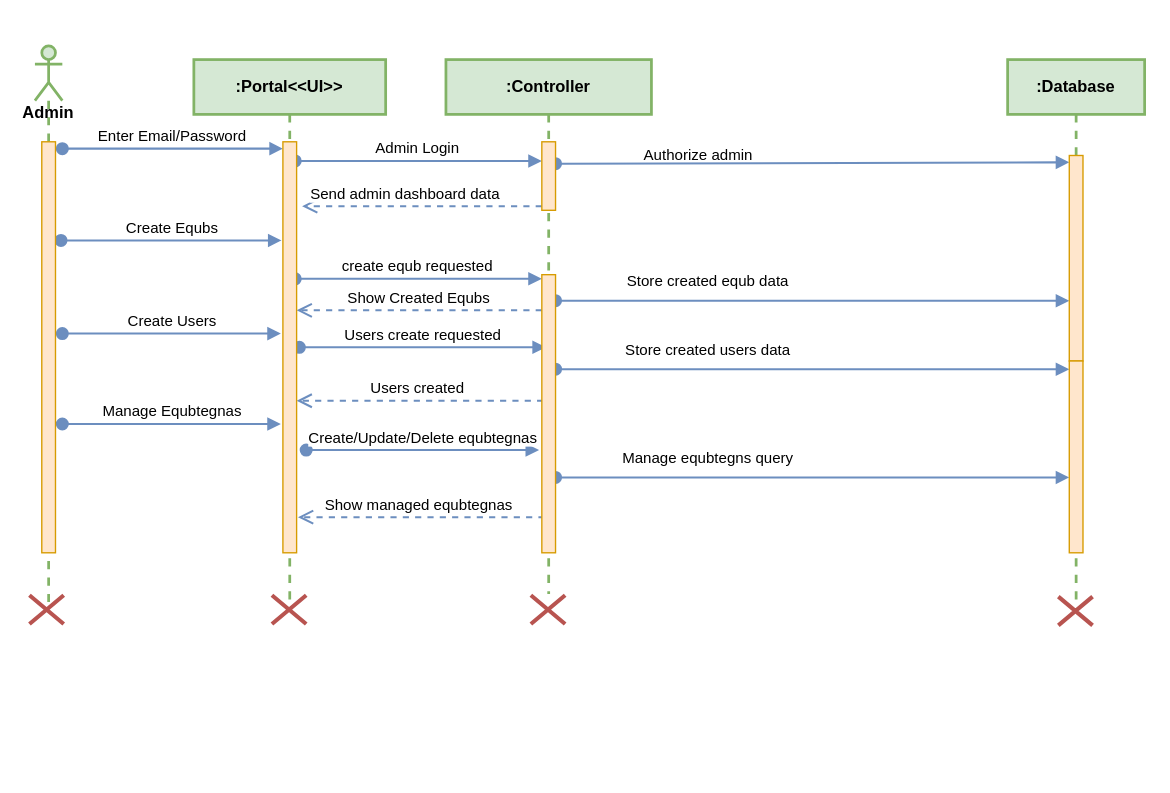
Above: page "Page-5" (5 of 8) of Digital Equb DFD.drawio in fasil712/UML_Diagram_Design (draw.io), before the change. Source tidied: cells renumbered, new cells numbered last; positions are measured from the earlier drawing's top-left corner, leaving out a move shared by most shapes. Both pictures are drawn from the tidied source at 137%, with x=0, y=0 at pixel (29, 45).
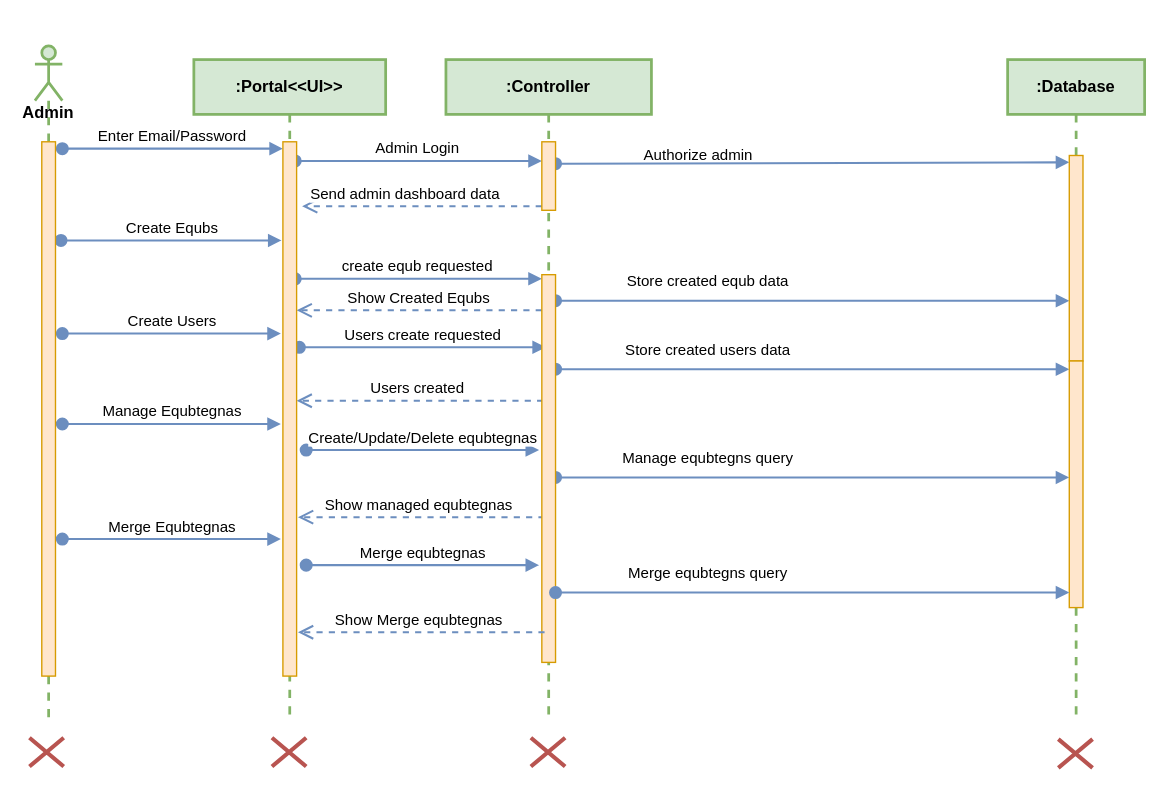
The same page after the edit.

Diff of the diagram source:
```diff
@@
     <mxCell id="20" value="&lt;div&gt;&lt;br&gt;&lt;/div&gt;&lt;div&gt;&lt;br&gt;&lt;/div&gt;&lt;div&gt;&lt;br&gt;&lt;/div&gt;&lt;div&gt;&lt;span style=&quot;background-color: transparent; color: light-dark(rgb(0, 0, 0), rgb(255, 255, 255));&quot;&gt;&lt;br&gt;&lt;/span&gt;&lt;/div&gt;&lt;div&gt;Admin&lt;/div&gt;" style="shape=umlLifeline;perimeter=lifelinePerimeter;whiteSpace=wrap;html=1;newEdgeStyle={&quot;curved&quot;:0,&quot;rounded&quot;:0};participant=umlActor;size=40;fontStyle=1;fillColor=#d5e8d4;strokeColor=#82b366;strokeWidth=2;" parent="1" vertex="1">
-      <mxGeometry x="4" width="20" height="410" as="geometry" />
+      <mxGeometry x="4" width="20" height="490" as="geometry" />
     </mxCell>
     <mxCell id="21" style="html=1;perimeter=orthogonalPerimeter;targetShapes=umlLifeline;newEdgeStyle={&quot;curved&quot;:0,&quot;rounded&quot;:0};fontStyle=0;fillColor=#ffe6cc;strokeColor=#d79b00;" parent="20" vertex="1">
-      <mxGeometry x="5" y="70" width="10" height="300" as="geometry" />
+      <mxGeometry x="5" y="70" width="10" height="390" as="geometry" />
     </mxCell>
     <mxCell id="22" value=":Controller" style="shape=umlLifeline;perimeter=lifelinePerimeter;whiteSpace=wrap;html=1;newEdgeStyle={&quot;curved&quot;:0,&quot;rounded&quot;:0};fontStyle=1;fillColor=#d5e8d4;strokeColor=#82b366;strokeWidth=2;" parent="1" vertex="1">
-      <mxGeometry x="304" y="10" width="150" height="390" as="geometry" />
+      <mxGeometry x="304" y="10" width="150" height="480" as="geometry" />
     </mxCell>
@@
     <mxCell id="24" style="html=1;perimeter=orthogonalPerimeter;targetShapes=umlLifeline;newEdgeStyle={&quot;curved&quot;:0,&quot;rounded&quot;:0};fontStyle=0;fillColor=#ffe6cc;strokeColor=#d79b00;" parent="22" vertex="1">
-      <mxGeometry x="70" y="157" width="10" height="203" as="geometry" />
+      <mxGeometry x="70" y="157" width="10" height="283" as="geometry" />
     </mxCell>
     <mxCell id="25" value=":Database" style="shape=umlLifeline;perimeter=lifelinePerimeter;whiteSpace=wrap;html=1;newEdgeStyle={&quot;curved&quot;:0,&quot;rounded&quot;:0};fontStyle=1;fillColor=#d5e8d4;strokeColor=#82b366;strokeWidth=2;" parent="1" vertex="1">
-      <mxGeometry x="714" y="10" width="100" height="400" as="geometry" />
+      <mxGeometry x="714" y="10" width="100" height="480" as="geometry" />
     </mxCell>
@@
     <mxCell id="27" style="html=1;perimeter=orthogonalPerimeter;targetShapes=umlLifeline;newEdgeStyle={&quot;curved&quot;:0,&quot;rounded&quot;:0};fontStyle=0;fillColor=#ffe6cc;strokeColor=#d79b00;" parent="25" vertex="1">
-      <mxGeometry x="45" y="220" width="10" height="140" as="geometry" />
+      <mxGeometry x="45" y="220" width="10" height="180" as="geometry" />
     </mxCell>
     <mxCell id="28" value=":Portal&amp;lt;&amp;lt;UI&amp;gt;&amp;gt;" style="shape=umlLifeline;perimeter=lifelinePerimeter;whiteSpace=wrap;html=1;newEdgeStyle={&quot;curved&quot;:0,&quot;rounded&quot;:0};fontStyle=1;fillColor=#d5e8d4;strokeColor=#82b366;strokeWidth=2;" parent="1" vertex="1">
-      <mxGeometry x="120" y="10" width="140" height="400" as="geometry" />
+      <mxGeometry x="120" y="10" width="140" height="480" as="geometry" />
     </mxCell>
     <mxCell id="29" style="html=1;perimeter=orthogonalPerimeter;targetShapes=umlLifeline;newEdgeStyle={&quot;curved&quot;:0,&quot;rounded&quot;:0};fontStyle=0;fillColor=#ffe6cc;strokeColor=#d79b00;" parent="28" vertex="1">
-      <mxGeometry x="65" y="60" width="10" height="300" as="geometry" />
+      <mxGeometry x="65" y="60" width="10" height="390" as="geometry" />
     </mxCell>
     <mxCell id="30" style="shape=umlDestroy;whiteSpace=wrap;html=1;strokeWidth=3;targetShapes=umlLifeline;fontStyle=0;fillColor=#f8cecc;strokeColor=#b85450;" parent="1" vertex="1">
-      <mxGeometry y="401" width="25" height="21" as="geometry" />
+      <mxGeometry y="505" width="25" height="21" as="geometry" />
     </mxCell>
     <mxCell id="31" style="shape=umlDestroy;whiteSpace=wrap;html=1;strokeWidth=3;targetShapes=umlLifeline;fontStyle=0;fillColor=#f8cecc;strokeColor=#b85450;" parent="1" vertex="1">
-      <mxGeometry x="177" y="401" width="25" height="21" as="geometry" />
+      <mxGeometry x="177" y="505" width="25" height="21" as="geometry" />
     </mxCell>
     <mxCell id="32" style="shape=umlDestroy;whiteSpace=wrap;html=1;strokeWidth=3;targetShapes=umlLifeline;fontStyle=0;fillColor=#f8cecc;strokeColor=#b85450;" parent="1" vertex="1">
-      <mxGeometry x="751" y="402" width="25" height="21" as="geometry" />
+      <mxGeometry x="751" y="506" width="25" height="21" as="geometry" />
     </mxCell>
     <mxCell id="33" style="shape=umlDestroy;whiteSpace=wrap;html=1;strokeWidth=3;targetShapes=umlLifeline;fontStyle=0;fillColor=#f8cecc;strokeColor=#b85450;" parent="1" vertex="1">
-      <mxGeometry x="366" y="401" width="25" height="21" as="geometry" />
+      <mxGeometry x="366" y="505" width="25" height="21" as="geometry" />
     </mxCell>
+    <mxCell id="34" value="Show Merge equbtegnas" style="html=1;verticalAlign=bottom;endArrow=open;dashed=1;endSize=8;curved=0;rounded=0;fontStyle=0;fillColor=#dae8fc;strokeColor=#6c8ebf;strokeWidth=1.5;" parent="1" edge="1">
+      <mxGeometry x="0.02" relative="1" as="geometry">
+        <mxPoint x="376" y="428" as="sourcePoint" />
+        <mxPoint x="196" y="428" as="targetPoint" />
+      </mxGeometry>
+    </mxCell>
+    <mxCell id="35" value="Merge&amp;nbsp;equbtegnas" style="html=1;verticalAlign=bottom;startArrow=oval;startFill=1;endArrow=block;startSize=8;curved=0;rounded=0;fontStyle=0;fillColor=#dae8fc;strokeColor=#6c8ebf;strokeWidth=1.5;" parent="1" edge="1">
+      <mxGeometry relative="1" as="geometry">
+        <mxPoint x="202" y="379" as="sourcePoint" />
+        <mxPoint x="372" y="379" as="targetPoint" />
+      </mxGeometry>
+    </mxCell>
+    <mxCell id="36" value="Merge equbtegns query" style="html=1;verticalAlign=bottom;startArrow=oval;endArrow=block;startSize=8;curved=0;rounded=0;entryX=0;entryY=0;entryDx=0;entryDy=5;fontStyle=0;fillColor=#dae8fc;strokeColor=#6c8ebf;strokeWidth=1.5;" parent="1" edge="1">
+      <mxGeometry x="-0.41" y="5" relative="1" as="geometry">
+        <mxPoint x="384" y="399" as="sourcePoint" />
+        <mxPoint x="759" y="399" as="targetPoint" />
+      </mxGeometry>
+    </mxCell>
+    <mxCell id="37" value="Merge Equbtegnas" style="html=1;verticalAlign=bottom;startArrow=oval;startFill=1;endArrow=block;startSize=8;curved=0;rounded=0;fontStyle=0;fillColor=#dae8fc;strokeColor=#6c8ebf;strokeWidth=1.5;" parent="1" edge="1">
+      <mxGeometry relative="1" as="geometry">
+        <mxPoint x="24" y="360" as="sourcePoint" />
+        <mxPoint x="183.5" y="360" as="targetPoint" />
+      </mxGeometry>
+    </mxCell>
```
